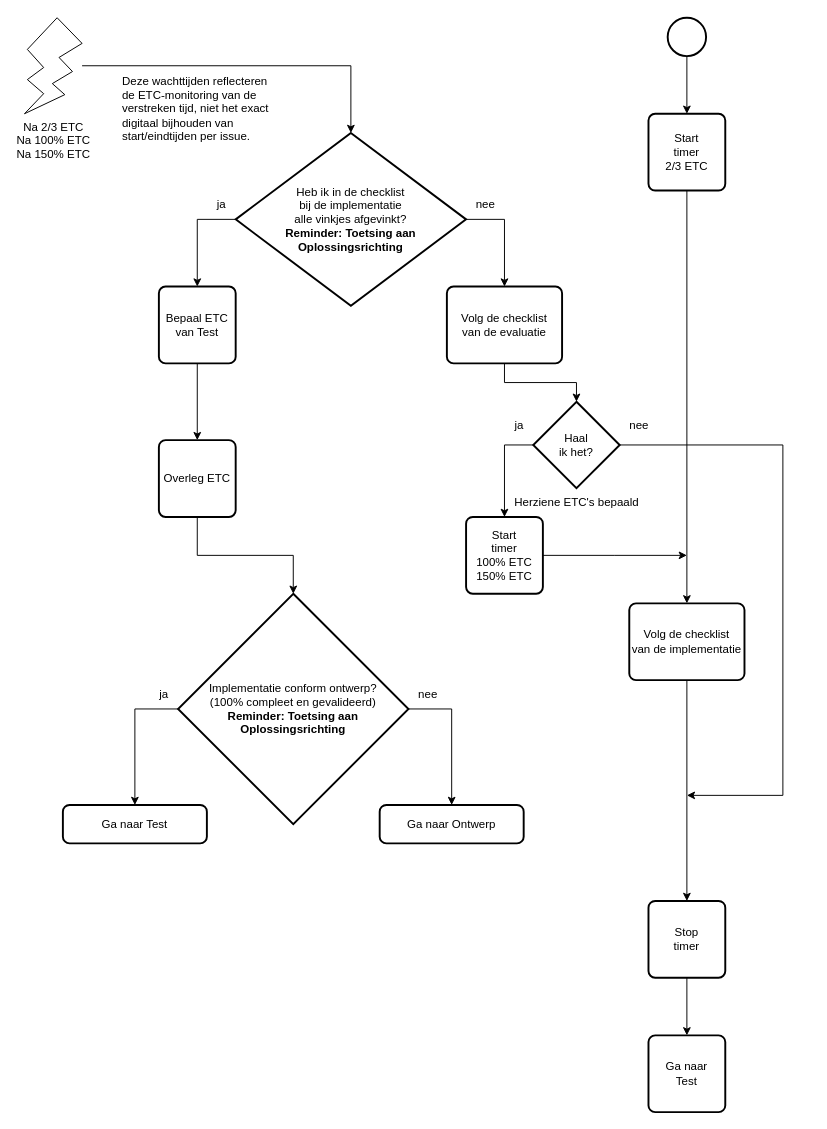
Earlier version of the draw.io diagram 4 Issue Tracker implementatie.drawio (Zaibatsu89/IssueTracker). Source tidied: cells renumbered, new cells numbered last; positions are measured from the earlier drawing's top-left corner, leaving out a move shared by most shapes. Both pictures are drawn from the tidied source at 96%, with x=0, y=0 at pixel (24, 17).
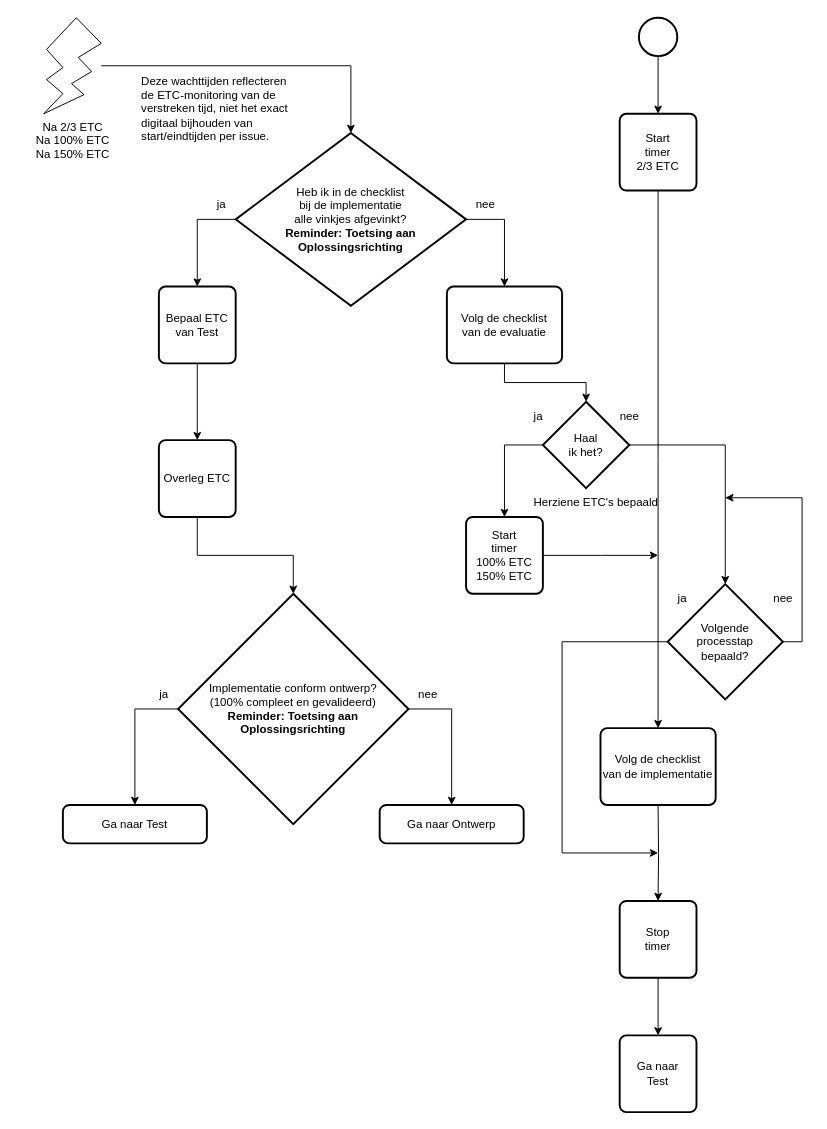
Above is the later version.

Commit message (it also covers changes not shown here):
Voeg "Volgende processtap bepaald?" toe na "Haal ik het?" in flowcharts

Unchanged cells that the change refers to:
```xml
<mxCell id="7" value="Volg de checklist&lt;br&gt;van de evaluatie" style="rounded=1;whiteSpace=wrap;html=1;absoluteArcSize=1;arcSize=14;strokeWidth=2;" parent="1" vertex="1">
  <mxGeometry x="440" y="280" width="120" height="80" as="geometry" />
</mxCell>
<mxCell id="15" value="Start&lt;br&gt;timer&lt;br&gt;100% ETC&lt;br&gt;150% ETC" style="rounded=1;whiteSpace=wrap;html=1;absoluteArcSize=1;arcSize=14;strokeWidth=2;" parent="1" vertex="1">
  <mxGeometry x="460" y="520" width="80" height="80" as="geometry" />
</mxCell>
```

The edit, as a diff of the source:
```diff
@@
     <mxCell id="3" style="strokeWidth=2;html=1;shape=mxgraph.flowchart.start_2;whiteSpace=wrap;" parent="1" vertex="1">
-      <mxGeometry x="670" width="40" height="40" as="geometry" />
+      <mxGeometry x="640" width="40" height="40" as="geometry" />
     </mxCell>
@@
-    <mxCell id="8" style="edgeStyle=orthogonalEdgeStyle;rounded=0;jettySize=auto;html=1;" parent="1" edge="1" source="9" target="23">
-      <mxGeometry relative="1" as="geometry" />
+    <mxCell id="8" style="edgeStyle=orthogonalEdgeStyle;rounded=0;jettySize=auto;html=1;" parent="1" edge="1" target="23">
+      <mxGeometry relative="1" as="geometry">
+        <mxPoint x="660" y="820" as="sourcePoint" />
+      </mxGeometry>
     </mxCell>
     <mxCell id="9" value="Volg de checklist&lt;br&gt;van de implementatie" style="rounded=1;whiteSpace=wrap;html=1;absoluteArcSize=1;arcSize=14;strokeWidth=2;" parent="1" vertex="1">
-      <mxGeometry x="630" y="610" width="120" height="80" as="geometry" />
+      <mxGeometry x="600" y="740" width="120" height="80" as="geometry" />
     </mxCell>
     <mxCell id="10" value="Ga naar&lt;br&gt;Test" style="rounded=1;whiteSpace=wrap;html=1;absoluteArcSize=1;arcSize=14;strokeWidth=2;" parent="1" vertex="1">
-      <mxGeometry x="650" y="1060" width="80" height="80" as="geometry" />
+      <mxGeometry x="620" y="1060" width="80" height="80" as="geometry" />
     </mxCell>
     <mxCell id="11" value="Herziene ETC's bepaald" style="text;html=1;align=center;verticalAlign=middle;strokeColor=none;fillColor=none;" parent="1" vertex="1">
-      <mxGeometry x="500" y="490" width="150" height="30" as="geometry" />
+      <mxGeometry x="520" y="490" width="150" height="30" as="geometry" />
     </mxCell>
-    <mxCell id="12" style="edgeStyle=orthogonalEdgeStyle;rounded=0;jettySize=auto;html=1;entryX=0.5;entryY=0;entryDx=0;entryDy=0;" parent="1" edge="1" source="13" target="9">
-      <mxGeometry relative="1" as="geometry" />
+    <mxCell id="12" style="edgeStyle=orthogonalEdgeStyle;rounded=0;jettySize=auto;html=1;entryX=0.5;entryY=0;entryDx=0;entryDy=0;" parent="1" edge="1" source="13">
+      <mxGeometry relative="1" as="geometry">
+        <mxPoint x="660" y="740" as="targetPoint" />
+      </mxGeometry>
     </mxCell>
     <mxCell id="13" value="Start&lt;br&gt;timer&lt;br&gt;2/3 ETC" style="rounded=1;whiteSpace=wrap;html=1;absoluteArcSize=1;arcSize=14;strokeWidth=2;" parent="1" vertex="1">
-      <mxGeometry x="650" y="100" width="80" height="80" as="geometry" />
+      <mxGeometry x="620" y="100" width="80" height="80" as="geometry" />
     </mxCell>
     <mxCell id="14" style="edgeStyle=orthogonalEdgeStyle;rounded=0;jettySize=auto;html=1;exitX=1;exitY=0.5;exitDx=0;exitDy=0;" parent="1" edge="1" source="15">
       <mxGeometry relative="1" as="geometry">
-        <mxPoint x="690" y="560" as="targetPoint" />
+        <mxPoint x="660" y="560" as="targetPoint" />
       </mxGeometry>
     </mxCell>
@@
-    <mxCell id="17" style="edgeStyle=orthogonalEdgeStyle;rounded=0;jettySize=auto;html=1;exitX=1;exitY=0.5;exitDx=0;exitDy=0;exitPerimeter=0;" parent="1" edge="1" source="18">
-      <mxGeometry relative="1" as="geometry">
-        <mxPoint x="690" y="810" as="targetPoint" />
-        <Array as="points">
-          <mxPoint x="790" y="445" />
-          <mxPoint x="790" y="810" />
-          <mxPoint x="690" y="810" />
-        </Array>
-      </mxGeometry>
-    </mxCell>
     <mxCell id="18" value="Haal&lt;br&gt;ik het?" style="strokeWidth=2;html=1;shape=mxgraph.flowchart.decision;whiteSpace=wrap;" parent="1" vertex="1">
-      <mxGeometry x="530" y="400" width="90" height="90" as="geometry" />
+      <mxGeometry x="540" y="400" width="90" height="90" as="geometry" />
     </mxCell>
-    <mxCell id="19" style="edgeStyle=orthogonalEdgeStyle;rounded=0;jettySize=auto;html=1;entryX=0.5;entryY=0;entryDx=0;entryDy=0;entryPerimeter=0;" parent="1" edge="1" source="7" target="18">
-      <mxGeometry relative="1" as="geometry" />
-    </mxCell>
     <mxCell id="20" value="ja" style="text;html=1;align=center;verticalAlign=middle;strokeColor=none;fillColor=none;" parent="1" vertex="1">
-      <mxGeometry x="500" y="410" width="30" height="30" as="geometry" />
+      <mxGeometry x="520" y="400" width="30" height="30" as="geometry" />
     </mxCell>
     <mxCell id="21" value="nee" style="text;html=1;align=center;verticalAlign=middle;strokeColor=none;fillColor=none;" parent="1" vertex="1">
-      <mxGeometry x="620" y="410" width="40" height="30" as="geometry" />
+      <mxGeometry x="610" y="400" width="40" height="30" as="geometry" />
     </mxCell>
@@
     <mxCell id="23" value="Stop&lt;br&gt;timer" style="rounded=1;whiteSpace=wrap;html=1;absoluteArcSize=1;arcSize=14;strokeWidth=2;" parent="1" vertex="1">
-      <mxGeometry x="650" y="920" width="80" height="80" as="geometry" />
+      <mxGeometry x="620" y="920" width="80" height="80" as="geometry" />
     </mxCell>
     <mxCell id="24" value="Na 2/3 ETC&lt;br&gt;Na 100% ETC&lt;br&gt;Na 150% ETC" style="verticalLabelPosition=bottom;verticalAlign=top;html=1;shape=mxgraph.basic.flash;" parent="1" vertex="1">
-      <mxGeometry width="60" height="100" as="geometry" />
+      <mxGeometry x="20" width="60" height="100" as="geometry" />
     </mxCell>
     <mxCell id="25" value="Deze wachttijden reflecteren&lt;br&gt;de ETC-monitoring van de&lt;br&gt;verstreken tijd, niet het exact&lt;br&gt;digitaal bijhouden van&lt;div style=&quot;&quot;&gt;start/eindtijden per issue." style="text;html=1;align=left;verticalAlign=middle;strokeColor=none;fillColor=none;" parent="1" vertex="1">
-      <mxGeometry x="100" y="50" width="180" height="90" as="geometry" />
+      <mxGeometry x="120" y="50" width="180" height="90" as="geometry" />
     </mxCell>
@@
+    <mxCell id="40" style="edgeStyle=orthogonalEdgeStyle;rounded=0;jettySize=auto;html=1;exitX=1;exitY=0.5;exitDx=0;exitDy=0;exitPerimeter=0;" parent="1" edge="1" source="42">
+      <mxGeometry relative="1" as="geometry">
+        <mxPoint x="730" y="500" as="targetPoint" />
+        <Array as="points">
+          <mxPoint x="810" y="650" />
+          <mxPoint x="810" y="500" />
+        </Array>
+      </mxGeometry>
+    </mxCell>
+    <mxCell id="41" style="edgeStyle=orthogonalEdgeStyle;rounded=0;jettySize=auto;html=1;exitX=0;exitY=0.5;exitDx=0;exitDy=0;exitPerimeter=0;" parent="1" edge="1" source="42">
+      <mxGeometry relative="1" as="geometry">
+        <mxPoint x="660" y="870" as="targetPoint" />
+        <Array as="points">
+          <mxPoint x="560" y="650" />
+        </Array>
+      </mxGeometry>
+    </mxCell>
+    <mxCell id="42" value="Volgende&lt;br&gt;processtap&lt;br&gt;bepaald?" style="strokeWidth=2;html=1;shape=mxgraph.flowchart.decision;whiteSpace=wrap;" parent="1" vertex="1">
+      <mxGeometry x="670" y="590" width="120" height="120" as="geometry" />
+    </mxCell>
+    <mxCell id="43" style="edgeStyle=orthogonalEdgeStyle;rounded=0;jettySize=auto;html=1;exitX=1;exitY=0.5;exitDx=0;exitDy=0;exitPerimeter=0;entryX=0.5;entryY=0;entryDx=0;entryDy=0;entryPerimeter=0;" parent="1" edge="1" source="18" target="42">
+      <mxGeometry relative="1" as="geometry" />
+    </mxCell>
+    <mxCell id="19" style="edgeStyle=orthogonalEdgeStyle;rounded=0;jettySize=auto;html=1;exitX=0.5;exitY=1;exitDx=0;exitDy=0;entryX=0.5;entryY=0;entryDx=0;entryDy=0;entryPerimeter=0;" parent="1" edge="1" source="7" target="18">
+      <mxGeometry relative="1" as="geometry" />
+    </mxCell>
+    <mxCell id="44" value="nee" style="text;html=1;align=center;verticalAlign=middle;strokeColor=none;fillColor=none;" parent="1" vertex="1">
+      <mxGeometry x="770" y="590" width="40" height="30" as="geometry" />
+    </mxCell>
+    <mxCell id="45" value="ja" style="text;html=1;align=center;verticalAlign=middle;strokeColor=none;fillColor=none;" parent="1" vertex="1">
+      <mxGeometry x="670" y="590" width="30" height="30" as="geometry" />
+    </mxCell>
```
